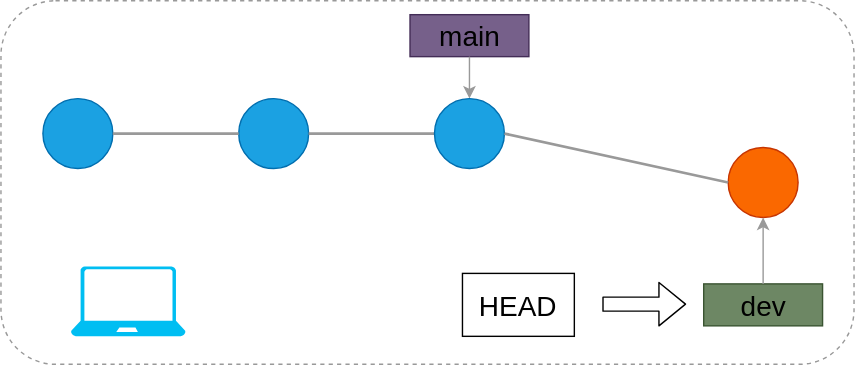
The draw.io diagram public/drawio/wf_branch.svg in kazuyanagimoto/github-workshop2022, before a commit. Source tidied: cells renumbered, new cells last; positions are measured from the earlier drawing's top-left corner, leaving out a move shared by most shapes.
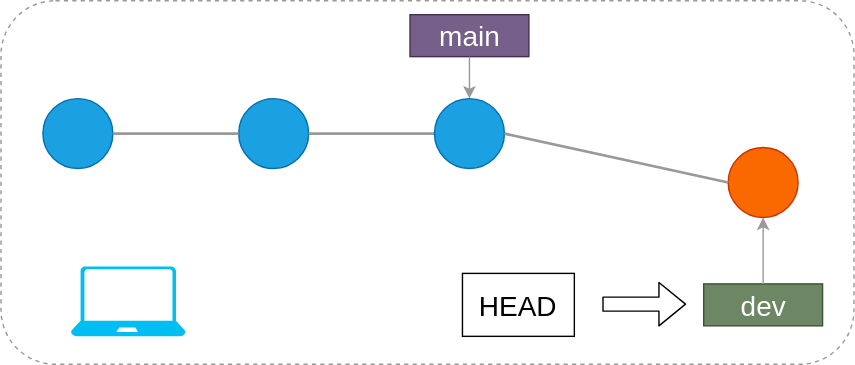
The same file after the commit.

What changed in the source:
```diff
@@ -20,7 +20,7 @@
     <mxCell id="7" style="verticalLabelPosition=bottom;html=1;verticalAlign=top;align=center;strokeColor=none;fillColor=#00BEF2;shape=mxgraph.azure.laptop;fontSize=15;" parent="1" vertex="1">
       <mxGeometry x="50" y="190" width="82" height="50" as="geometry" />
     </mxCell>
-    <mxCell id="8" value="main" style="rounded=1;whiteSpace=wrap;html=1;fillColor=#76608a;strokeColor=#432D57;fontColor=#000000;fontSize=20;arcSize=0;" parent="1" vertex="1">
+    <mxCell id="8" value="main" style="rounded=1;whiteSpace=wrap;html=1;fillColor=#76608a;strokeColor=#432D57;fontColor=#ffffff;fontSize=20;arcSize=0;" parent="1" vertex="1">
       <mxGeometry x="292.5" y="10" width="85" height="30" as="geometry" />
     </mxCell>
     <mxCell id="9" style="endArrow=classic;html=1;fontSize=20;exitX=0.5;exitY=1;exitDx=0;exitDy=0;entryX=0.5;entryY=0;entryDx=0;entryDy=0;strokeColor=#999999;" parent="1" edge="1" source="8">
@@ -37,7 +37,7 @@
     <mxCell id="12" style="endArrow=none;html=1;entryX=1;entryY=0.5;entryDx=0;entryDy=0;exitX=0;exitY=0.5;exitDx=0;exitDy=0;strokeColor=#999999;strokeWidth=2;" parent="1" edge="1" source="4" target="11">
       <mxGeometry relative="1" as="geometry" />
     </mxCell>
-    <mxCell id="13" value="dev" style="rounded=1;whiteSpace=wrap;html=1;fillColor=#6d8764;strokeColor=#3A5431;fontColor=#000000;fontSize=20;arcSize=0;" parent="1" vertex="1">
+    <mxCell id="13" value="&lt;font color=&quot;#ffffff&quot;&gt;dev&lt;/font&gt;" style="rounded=1;whiteSpace=wrap;html=1;fillColor=#6d8764;strokeColor=#3A5431;fontColor=#000000;fontSize=20;arcSize=0;" parent="1" vertex="1">
       <mxGeometry x="502.5" y="202.5" width="85" height="30" as="geometry" />
     </mxCell>
     <mxCell id="14" style="endArrow=classic;html=1;fontSize=20;exitX=0.5;exitY=0;exitDx=0;exitDy=0;strokeColor=#999999;entryX=0.5;entryY=1;entryDx=0;entryDy=0;" parent="1" edge="1" source="13" target="4">
```
